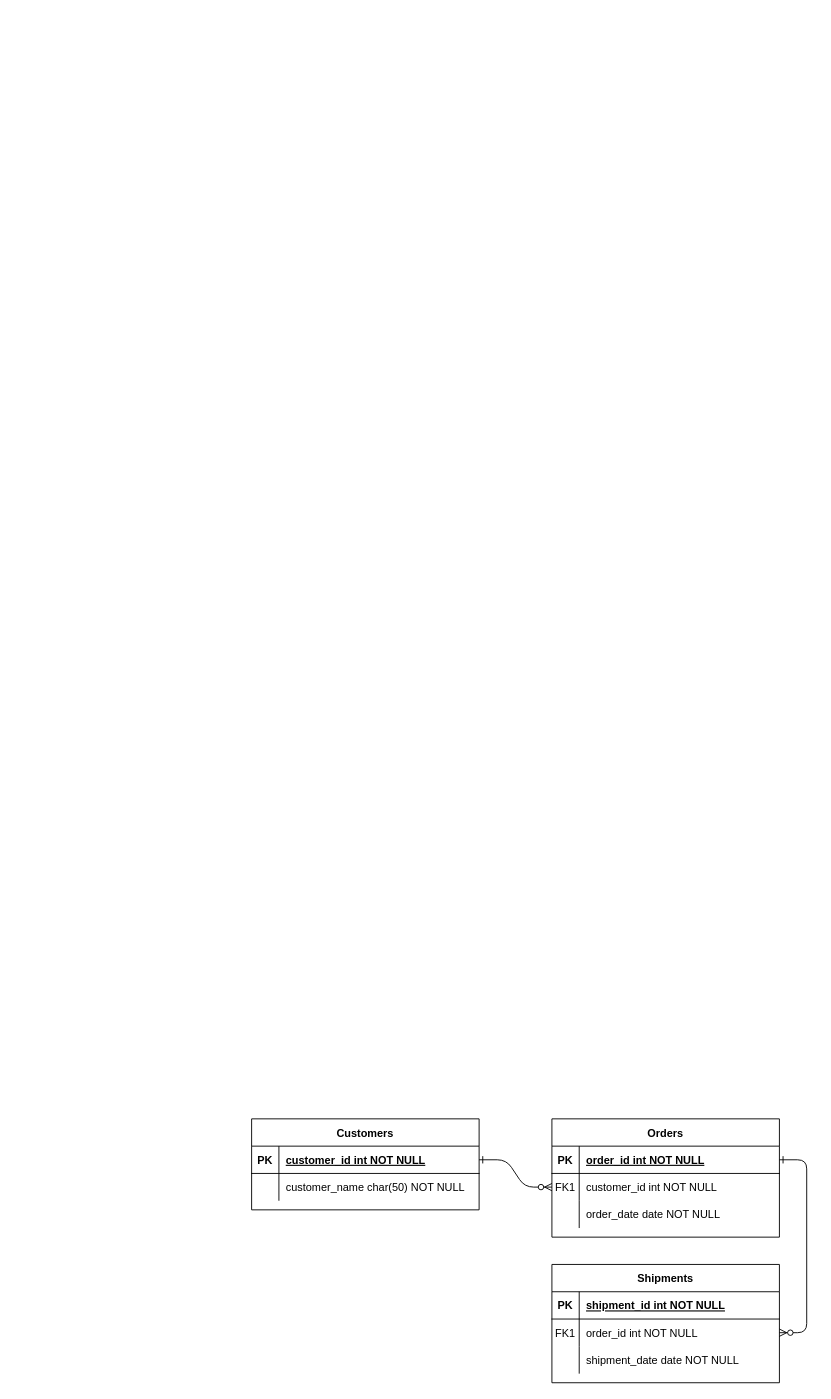
Earlier version of the draw.io diagram Diagramma senza titolo.drawio (LuigiPuca/SWBD). Source tidied: cells renumbered, new cells numbered last; positions are measured from the earlier drawing's top-left corner, leaving out a move shared by most shapes. Both pictures are drawn from the tidied source at 91%, with x=0, y=0 at pixel (251, 1118).
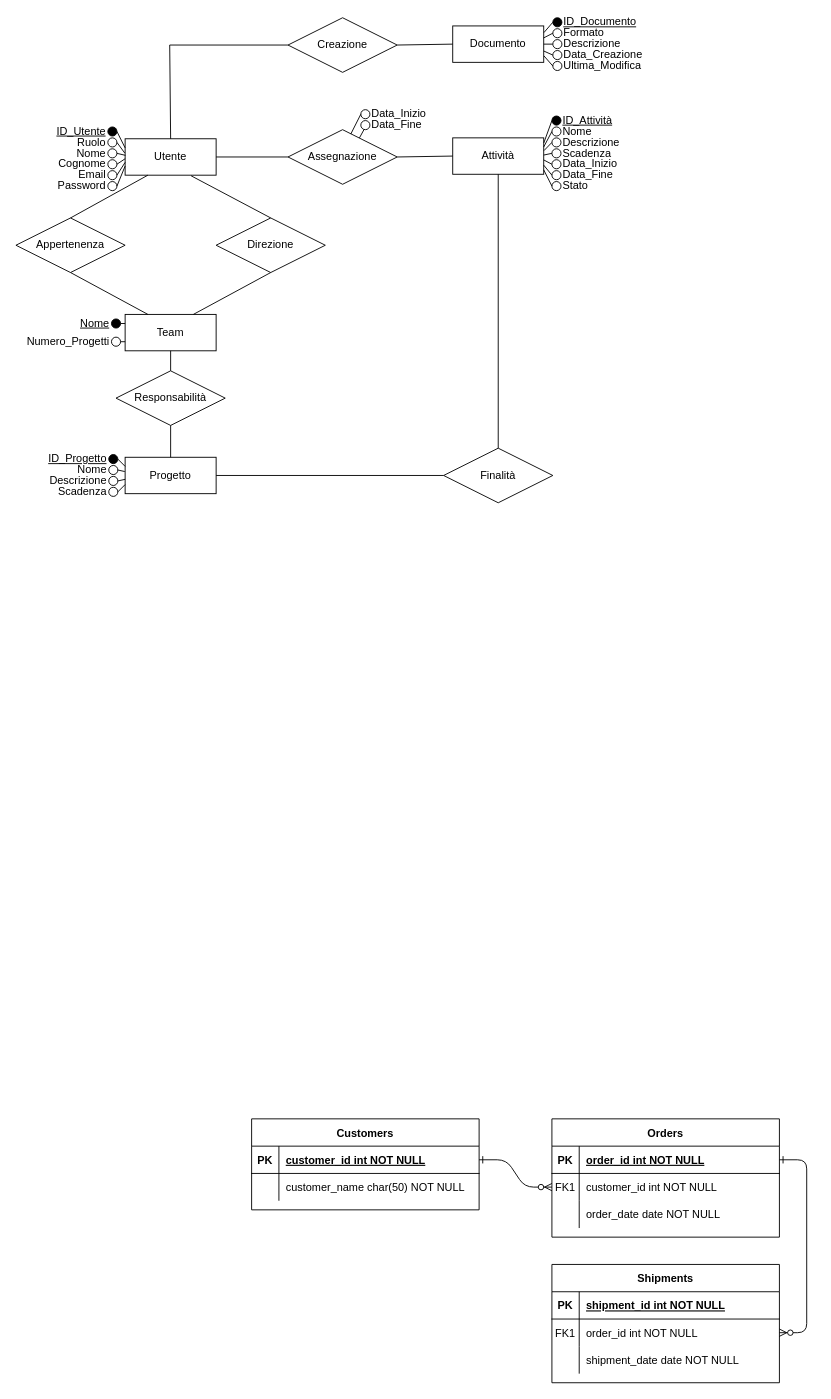
The same diagram, later.

Change to the diagram source:
```diff
@@
+    <mxCell id="31" value="Utente" style="whiteSpace=wrap;html=1;align=center;" parent="1" vertex="1">
+      <mxGeometry x="-139" y="-1077" width="100" height="40" as="geometry" />
+    </mxCell>
+    <mxCell id="32" value="Ruolo" style="ellipse;whiteSpace=wrap;html=1;align=right;labelPosition=left;verticalLabelPosition=middle;verticalAlign=middle;fillColor=#FFFFFF;strokeColor=default;fillStyle=auto;gradientColor=none;" parent="1" vertex="1">
+      <mxGeometry x="-158" y="-1078" width="10" height="10" as="geometry" />
+    </mxCell>
+    <mxCell id="33" value="Password" style="ellipse;whiteSpace=wrap;html=1;align=right;labelPosition=left;verticalLabelPosition=middle;verticalAlign=middle;fillColor=#FFFFFF;strokeColor=default;fillStyle=auto;gradientColor=none;" parent="1" vertex="1">
+      <mxGeometry x="-158" y="-1030" width="10" height="10" as="geometry" />
+    </mxCell>
+    <mxCell id="34" value="Email" style="ellipse;whiteSpace=wrap;html=1;align=right;labelPosition=left;verticalLabelPosition=middle;verticalAlign=middle;fillColor=#FFFFFF;strokeColor=default;fillStyle=auto;gradientColor=none;" parent="1" vertex="1">
+      <mxGeometry x="-158" y="-1042" width="10" height="10" as="geometry" />
+    </mxCell>
+    <mxCell id="35" value="Cognome" style="ellipse;whiteSpace=wrap;html=1;align=right;labelPosition=left;verticalLabelPosition=middle;verticalAlign=middle;fillColor=#FFFFFF;strokeColor=default;fillStyle=auto;gradientColor=none;" parent="1" vertex="1">
+      <mxGeometry x="-158" y="-1054" width="10" height="10" as="geometry" />
+    </mxCell>
+    <mxCell id="36" value="Nome" style="ellipse;whiteSpace=wrap;html=1;align=right;labelPosition=left;verticalLabelPosition=middle;verticalAlign=middle;fillColor=#FFFFFF;strokeColor=default;fillStyle=auto;gradientColor=none;" parent="1" vertex="1">
+      <mxGeometry x="-158" y="-1066" width="10" height="10" as="geometry" />
+    </mxCell>
+    <mxCell id="37" value="ID_Utente" style="ellipse;whiteSpace=wrap;html=1;align=right;fontStyle=4;labelBackgroundColor=none;labelPosition=left;verticalLabelPosition=middle;verticalAlign=middle;fillColor=#000000;" parent="1" vertex="1">
+      <mxGeometry x="-158" y="-1090" width="10" height="10" as="geometry" />
+    </mxCell>
+    <mxCell id="38" style="endArrow=none;html=1;rounded=0;entryX=0;entryY=0.25;entryDx=0;entryDy=0;exitX=1;exitY=0.5;exitDx=0;exitDy=0;" parent="1" edge="1" source="37" target="31">
+      <mxGeometry relative="1" as="geometry" />
+    </mxCell>
+    <mxCell id="39" style="endArrow=none;html=1;rounded=0;entryX=1;entryY=0.5;entryDx=0;entryDy=0;exitX=-0.004;exitY=0.392;exitDx=0;exitDy=0;exitPerimeter=0;" parent="1" edge="1" source="31" target="32">
+      <mxGeometry relative="1" as="geometry" />
+    </mxCell>
+    <mxCell id="40" style="endArrow=none;html=1;rounded=0;entryX=1;entryY=0.5;entryDx=0;entryDy=0;exitX=0.003;exitY=0.455;exitDx=0;exitDy=0;exitPerimeter=0;" parent="1" edge="1" source="31" target="36">
+      <mxGeometry relative="1" as="geometry" />
+    </mxCell>
+    <mxCell id="41" style="endArrow=none;html=1;rounded=0;entryX=1;entryY=0.5;entryDx=0;entryDy=0;exitX=0;exitY=0.548;exitDx=0;exitDy=0;exitPerimeter=0;" parent="1" edge="1" source="31" target="35">
+      <mxGeometry relative="1" as="geometry" />
+    </mxCell>
+    <mxCell id="42" style="endArrow=none;html=1;rounded=0;entryX=1;entryY=0.5;entryDx=0;entryDy=0;exitX=0;exitY=0.648;exitDx=0;exitDy=0;exitPerimeter=0;" parent="1" edge="1" source="31" target="34">
+      <mxGeometry relative="1" as="geometry" />
+    </mxCell>
+    <mxCell id="43" style="endArrow=none;html=1;rounded=0;entryX=1;entryY=0.5;entryDx=0;entryDy=0;exitX=0;exitY=0.75;exitDx=0;exitDy=0;" parent="1" edge="1" source="31" target="33">
+      <mxGeometry relative="1" as="geometry" />
+    </mxCell>
+    <mxCell id="44" value="Progetto" style="whiteSpace=wrap;html=1;align=center;" parent="1" vertex="1">
+      <mxGeometry x="-139" y="-727" width="100" height="40" as="geometry" />
+    </mxCell>
+    <mxCell id="45" value="Nome" style="ellipse;whiteSpace=wrap;html=1;align=right;labelPosition=left;verticalLabelPosition=middle;verticalAlign=middle;fillColor=#FFFFFF;strokeColor=default;fillStyle=auto;gradientColor=none;" parent="1" vertex="1">
+      <mxGeometry x="-157" y="-718" width="10" height="10" as="geometry" />
+    </mxCell>
+    <mxCell id="46" value="Scadenza" style="ellipse;whiteSpace=wrap;html=1;align=right;labelPosition=left;verticalLabelPosition=middle;verticalAlign=middle;fillColor=#FFFFFF;strokeColor=default;fillStyle=auto;gradientColor=none;" parent="1" vertex="1">
+      <mxGeometry x="-157" y="-694" width="10" height="10" as="geometry" />
+    </mxCell>
+    <mxCell id="47" value="Descrizione" style="ellipse;whiteSpace=wrap;html=1;align=right;labelPosition=left;verticalLabelPosition=middle;verticalAlign=middle;fillColor=#FFFFFF;strokeColor=default;fillStyle=auto;gradientColor=none;" parent="1" vertex="1">
+      <mxGeometry x="-157" y="-706" width="10" height="10" as="geometry" />
+    </mxCell>
+    <mxCell id="48" value="ID_Progetto" style="ellipse;whiteSpace=wrap;html=1;align=right;fontStyle=4;labelBackgroundColor=none;labelPosition=left;verticalLabelPosition=middle;verticalAlign=middle;fillColor=#000000;" parent="1" vertex="1">
+      <mxGeometry x="-157" y="-730" width="10" height="10" as="geometry" />
+    </mxCell>
+    <mxCell id="49" style="endArrow=none;html=1;rounded=0;entryX=0;entryY=0.25;entryDx=0;entryDy=0;exitX=1;exitY=0.5;exitDx=0;exitDy=0;" parent="1" edge="1" source="48" target="44">
+      <mxGeometry relative="1" as="geometry" />
+    </mxCell>
+    <mxCell id="50" style="endArrow=none;html=1;rounded=0;entryX=1;entryY=0.5;entryDx=0;entryDy=0;exitX=-0.004;exitY=0.392;exitDx=0;exitDy=0;exitPerimeter=0;" parent="1" edge="1" source="44" target="45">
+      <mxGeometry relative="1" as="geometry" />
+    </mxCell>
+    <mxCell id="51" style="endArrow=none;html=1;rounded=0;entryX=1;entryY=0.5;entryDx=0;entryDy=0;exitX=0;exitY=0.606;exitDx=0;exitDy=0;exitPerimeter=0;" parent="1" edge="1" source="44" target="47">
+      <mxGeometry relative="1" as="geometry" />
+    </mxCell>
+    <mxCell id="52" style="endArrow=none;html=1;rounded=0;entryX=1;entryY=0.5;entryDx=0;entryDy=0;exitX=0;exitY=0.75;exitDx=0;exitDy=0;" parent="1" edge="1" source="44" target="46">
+      <mxGeometry relative="1" as="geometry" />
+    </mxCell>
+    <mxCell id="53" value="Attività" style="whiteSpace=wrap;html=1;align=center;flipH=0;flipV=0;" parent="1" vertex="1">
+      <mxGeometry x="221" y="-1078" width="100" height="40" as="geometry" />
+    </mxCell>
+    <mxCell id="54" value="Nome" style="ellipse;whiteSpace=wrap;html=1;align=left;labelPosition=right;verticalLabelPosition=middle;verticalAlign=middle;fillColor=#FFFFFF;strokeColor=default;fillStyle=auto;gradientColor=none;" parent="1" vertex="1">
+      <mxGeometry x="330" y="-1090" width="10" height="10" as="geometry" />
+    </mxCell>
+    <mxCell id="55" value="Stato" style="ellipse;whiteSpace=wrap;html=1;align=left;labelPosition=right;verticalLabelPosition=middle;verticalAlign=middle;fillColor=#FFFFFF;strokeColor=default;fillStyle=auto;gradientColor=none;" parent="1" vertex="1">
+      <mxGeometry x="330" y="-1030" width="10" height="10" as="geometry" />
+    </mxCell>
+    <mxCell id="56" value="Scadenza" style="ellipse;whiteSpace=wrap;html=1;align=left;labelPosition=right;verticalLabelPosition=middle;verticalAlign=middle;fillColor=#FFFFFF;strokeColor=default;fillStyle=auto;gradientColor=none;" parent="1" vertex="1">
+      <mxGeometry x="330" y="-1066" width="10" height="10" as="geometry" />
+    </mxCell>
+    <mxCell id="57" value="Descrizione" style="ellipse;whiteSpace=wrap;html=1;align=left;labelPosition=right;verticalLabelPosition=middle;verticalAlign=middle;fillColor=#FFFFFF;strokeColor=default;fillStyle=auto;gradientColor=none;" parent="1" vertex="1">
+      <mxGeometry x="330" y="-1078" width="10" height="10" as="geometry" />
+    </mxCell>
+    <mxCell id="58" value="ID_Attività" style="ellipse;whiteSpace=wrap;html=1;align=left;fontStyle=4;labelBackgroundColor=none;labelPosition=right;verticalLabelPosition=middle;verticalAlign=middle;fillColor=#000000;" parent="1" vertex="1">
+      <mxGeometry x="330" y="-1102" width="10" height="10" as="geometry" />
+    </mxCell>
+    <mxCell id="59" style="endArrow=none;html=1;rounded=0;entryX=1.001;entryY=0.138;entryDx=0;entryDy=0;exitX=0;exitY=0.5;exitDx=0;exitDy=0;entryPerimeter=0;" parent="1" edge="1" source="58" target="53">
+      <mxGeometry relative="1" as="geometry" />
+    </mxCell>
+    <mxCell id="60" style="endArrow=none;html=1;rounded=0;entryX=0;entryY=0.5;entryDx=0;entryDy=0;exitX=1;exitY=0.25;exitDx=0;exitDy=0;" parent="1" edge="1" source="53" target="54">
+      <mxGeometry relative="1" as="geometry" />
+    </mxCell>
+    <mxCell id="61" style="endArrow=none;html=1;rounded=0;entryX=0;entryY=0.5;entryDx=0;entryDy=0;exitX=1.003;exitY=0.35;exitDx=0;exitDy=0;exitPerimeter=0;" parent="1" edge="1" source="53" target="57">
+      <mxGeometry relative="1" as="geometry" />
+    </mxCell>
+    <mxCell id="62" style="endArrow=none;html=1;rounded=0;exitX=1.001;exitY=0.472;exitDx=0;exitDy=0;exitPerimeter=0;entryX=0;entryY=0.5;entryDx=0;entryDy=0;" parent="1" edge="1" source="53" target="56">
+      <mxGeometry relative="1" as="geometry" />
+    </mxCell>
+    <mxCell id="63" style="endArrow=none;html=1;rounded=0;exitX=1;exitY=0.879;exitDx=0;exitDy=0;exitPerimeter=0;entryX=0;entryY=0.5;entryDx=0;entryDy=0;" parent="1" edge="1" source="53" target="55">
+      <mxGeometry relative="1" as="geometry" />
+    </mxCell>
+    <mxCell id="64" value="Team" style="whiteSpace=wrap;html=1;align=center;" parent="1" vertex="1">
+      <mxGeometry x="-139" y="-884" width="100" height="40" as="geometry" />
+    </mxCell>
+    <mxCell id="65" value="Numero_Progetti" style="ellipse;whiteSpace=wrap;html=1;align=right;labelPosition=left;verticalLabelPosition=middle;verticalAlign=middle;fillColor=#FFFFFF;strokeColor=default;fillStyle=auto;gradientColor=none;" parent="1" vertex="1">
+      <mxGeometry x="-154" y="-859" width="10" height="10" as="geometry" />
+    </mxCell>
+    <mxCell id="66" value="Nome" style="ellipse;whiteSpace=wrap;html=1;align=right;fontStyle=4;labelBackgroundColor=none;labelPosition=left;verticalLabelPosition=middle;verticalAlign=middle;fillColor=#000000;" parent="1" vertex="1">
+      <mxGeometry x="-154" y="-879" width="10" height="10" as="geometry" />
+    </mxCell>
+    <mxCell id="67" style="endArrow=none;html=1;rounded=0;entryX=0;entryY=0.25;entryDx=0;entryDy=0;exitX=1;exitY=0.5;exitDx=0;exitDy=0;" parent="1" edge="1" source="66" target="64">
+      <mxGeometry relative="1" as="geometry" />
+    </mxCell>
+    <mxCell id="68" style="endArrow=none;html=1;rounded=0;entryX=1;entryY=0.5;entryDx=0;entryDy=0;exitX=0;exitY=0.75;exitDx=0;exitDy=0;" parent="1" edge="1" source="64" target="65">
+      <mxGeometry relative="1" as="geometry" />
+    </mxCell>
+    <mxCell id="69" value="Documento" style="whiteSpace=wrap;html=1;align=center;" parent="1" vertex="1">
+      <mxGeometry x="221" y="-1201" width="100" height="40" as="geometry" />
+    </mxCell>
+    <mxCell id="70" value="Appertenenza" style="shape=rhombus;perimeter=rhombusPerimeter;whiteSpace=wrap;html=1;align=center;" parent="1" vertex="1">
+      <mxGeometry x="-259" y="-990" width="120" height="60" as="geometry" />
+    </mxCell>
+    <mxCell id="71" value="Finalità" style="shape=rhombus;perimeter=rhombusPerimeter;whiteSpace=wrap;html=1;align=center;" parent="1" vertex="1">
+      <mxGeometry x="211" y="-737" width="120" height="60" as="geometry" />
+    </mxCell>
+    <mxCell id="72" value="Data_Inizio" style="ellipse;whiteSpace=wrap;html=1;align=left;labelPosition=right;verticalLabelPosition=middle;verticalAlign=middle;fillColor=#FFFFFF;strokeColor=default;fillStyle=auto;gradientColor=none;" parent="1" vertex="1">
+      <mxGeometry x="330" y="-1054" width="10" height="10" as="geometry" />
+    </mxCell>
+    <mxCell id="73" value="Data_Fine" style="ellipse;whiteSpace=wrap;html=1;align=left;labelPosition=right;verticalLabelPosition=middle;verticalAlign=middle;fillColor=#FFFFFF;strokeColor=default;fillStyle=auto;gradientColor=none;" parent="1" vertex="1">
+      <mxGeometry x="330" y="-1042" width="10" height="10" as="geometry" />
+    </mxCell>
+    <mxCell id="74" style="endArrow=none;html=1;rounded=0;exitX=1;exitY=0.606;exitDx=0;exitDy=0;exitPerimeter=0;entryX=0;entryY=0.5;entryDx=0;entryDy=0;" parent="1" edge="1" source="53" target="72">
+      <mxGeometry relative="1" as="geometry" />
+    </mxCell>
+    <mxCell id="75" style="endArrow=none;html=1;rounded=0;entryX=0;entryY=0.5;entryDx=0;entryDy=0;exitX=1;exitY=0.75;exitDx=0;exitDy=0;" parent="1" edge="1" source="53" target="73">
+      <mxGeometry relative="1" as="geometry" />
+    </mxCell>
+    <mxCell id="76" value="Responsabilità" style="shape=rhombus;perimeter=rhombusPerimeter;whiteSpace=wrap;html=1;align=center;" parent="1" vertex="1">
+      <mxGeometry x="-149" y="-822" width="120" height="60" as="geometry" />
+    </mxCell>
+    <mxCell id="77" style="endArrow=none;html=1;rounded=0;entryX=0.5;entryY=1;entryDx=0;entryDy=0;exitX=0.5;exitY=0;exitDx=0;exitDy=0;" parent="1" edge="1" source="76" target="64">
+      <mxGeometry relative="1" as="geometry" />
+    </mxCell>
+    <mxCell id="78" style="endArrow=none;html=1;rounded=0;entryX=0.5;entryY=1;entryDx=0;entryDy=0;exitX=0.5;exitY=0;exitDx=0;exitDy=0;" parent="1" edge="1" source="44" target="76">
+      <mxGeometry relative="1" as="geometry" />
+    </mxCell>
+    <mxCell id="79" value="Direzione" style="shape=rhombus;perimeter=rhombusPerimeter;whiteSpace=wrap;html=1;align=center;" parent="1" vertex="1">
+      <mxGeometry x="-39" y="-990" width="120" height="60" as="geometry" />
+    </mxCell>
+    <mxCell id="80" style="endArrow=none;html=1;rounded=0;entryX=0.25;entryY=1;entryDx=0;entryDy=0;exitX=0.5;exitY=0;exitDx=0;exitDy=0;" parent="1" edge="1" source="70" target="31">
+      <mxGeometry relative="1" as="geometry" />
+    </mxCell>
+    <mxCell id="81" style="endArrow=none;html=1;rounded=0;entryX=0.725;entryY=1.017;entryDx=0;entryDy=0;exitX=0.5;exitY=0;exitDx=0;exitDy=0;entryPerimeter=0;" parent="1" edge="1" source="79" target="31">
+      <mxGeometry relative="1" as="geometry" />
+    </mxCell>
+    <mxCell id="82" style="endArrow=none;html=1;rounded=0;entryX=0.5;entryY=1;entryDx=0;entryDy=0;exitX=0.25;exitY=0;exitDx=0;exitDy=0;" parent="1" edge="1" source="64" target="70">
+      <mxGeometry relative="1" as="geometry" />
+    </mxCell>
+    <mxCell id="83" style="endArrow=none;html=1;rounded=0;entryX=0.5;entryY=1;entryDx=0;entryDy=0;exitX=0.75;exitY=0;exitDx=0;exitDy=0;" parent="1" edge="1" source="64" target="79">
+      <mxGeometry relative="1" as="geometry" />
+    </mxCell>
+    <mxCell id="84" value="Assegnazione" style="shape=rhombus;perimeter=rhombusPerimeter;whiteSpace=wrap;html=1;align=center;" parent="1" vertex="1">
+      <mxGeometry x="40" y="-1087" width="120" height="60" as="geometry" />
+    </mxCell>
+    <mxCell id="85" style="endArrow=none;html=1;rounded=0;entryX=0;entryY=0.5;entryDx=0;entryDy=0;exitX=1;exitY=0.5;exitDx=0;exitDy=0;" parent="1" edge="1" source="31" target="84">
+      <mxGeometry relative="1" as="geometry" />
+    </mxCell>
+    <mxCell id="86" style="endArrow=none;html=1;rounded=0;entryX=0;entryY=0.5;entryDx=0;entryDy=0;exitX=1;exitY=0.5;exitDx=0;exitDy=0;" parent="1" edge="1" source="84" target="53">
+      <mxGeometry relative="1" as="geometry" />
+    </mxCell>
+    <mxCell id="87" style="endArrow=none;html=1;rounded=0;entryX=0.5;entryY=1;entryDx=0;entryDy=0;exitX=0.5;exitY=0;exitDx=0;exitDy=0;" parent="1" edge="1" source="71" target="53">
+      <mxGeometry relative="1" as="geometry" />
+    </mxCell>
+    <mxCell id="88" style="endArrow=none;html=1;rounded=0;entryX=0;entryY=0.5;entryDx=0;entryDy=0;exitX=1;exitY=0.5;exitDx=0;exitDy=0;" parent="1" edge="1" source="44" target="71">
+      <mxGeometry relative="1" as="geometry" />
+    </mxCell>
+    <mxCell id="89" value="Data_Inizio" style="ellipse;whiteSpace=wrap;html=1;align=left;labelPosition=right;verticalLabelPosition=middle;verticalAlign=middle;fillColor=#FFFFFF;strokeColor=default;fillStyle=auto;gradientColor=none;" parent="1" vertex="1">
+      <mxGeometry x="120" y="-1109" width="10" height="10" as="geometry" />
+    </mxCell>
+    <mxCell id="90" value="Data_Fine" style="ellipse;whiteSpace=wrap;html=1;align=left;labelPosition=right;verticalLabelPosition=middle;verticalAlign=middle;fillColor=#FFFFFF;strokeColor=default;fillStyle=auto;gradientColor=none;" parent="1" vertex="1">
+      <mxGeometry x="120" y="-1097" width="10" height="10" as="geometry" />
+    </mxCell>
+    <mxCell id="91" style="endArrow=none;html=1;rounded=0;entryX=0;entryY=0.5;entryDx=0;entryDy=0;exitX=0.575;exitY=0.08;exitDx=0;exitDy=0;exitPerimeter=0;" parent="1" edge="1" source="84" target="89">
+      <mxGeometry relative="1" as="geometry" />
+    </mxCell>
+    <mxCell id="92" style="endArrow=none;html=1;rounded=0;exitX=0.654;exitY=0.151;exitDx=0;exitDy=0;exitPerimeter=0;entryX=0.371;entryY=0.954;entryDx=0;entryDy=0;entryPerimeter=0;" parent="1" edge="1" source="84" target="90">
+      <mxGeometry relative="1" as="geometry" />
+    </mxCell>
+    <mxCell id="93" value="Creazione" style="shape=rhombus;perimeter=rhombusPerimeter;whiteSpace=wrap;html=1;align=center;" parent="1" vertex="1">
+      <mxGeometry x="40" y="-1210" width="120" height="60" as="geometry" />
+    </mxCell>
+    <mxCell id="94" style="endArrow=none;html=1;rounded=0;entryX=0;entryY=0.5;entryDx=0;entryDy=0;exitX=0.5;exitY=0;exitDx=0;exitDy=0;" parent="1" edge="1" source="31" target="93">
+      <mxGeometry relative="1" as="geometry">
+        <Array as="points">
+          <mxPoint x="-90" y="-1180" />
+        </Array>
+      </mxGeometry>
+    </mxCell>
+    <mxCell id="95" value="Formato" style="ellipse;whiteSpace=wrap;html=1;align=left;labelPosition=right;verticalLabelPosition=middle;verticalAlign=middle;fillColor=#FFFFFF;strokeColor=default;fillStyle=auto;gradientColor=none;" parent="1" vertex="1">
+      <mxGeometry x="331" y="-1198" width="10" height="10" as="geometry" />
+    </mxCell>
+    <mxCell id="96" value="Ultima_Modifica" style="ellipse;whiteSpace=wrap;html=1;align=left;labelPosition=right;verticalLabelPosition=middle;verticalAlign=middle;fillColor=#FFFFFF;strokeColor=default;fillStyle=auto;gradientColor=none;" parent="1" vertex="1">
+      <mxGeometry x="331" y="-1162" width="10" height="10" as="geometry" />
+    </mxCell>
+    <mxCell id="97" value="Data_Creazione" style="ellipse;whiteSpace=wrap;html=1;align=left;labelPosition=right;verticalLabelPosition=middle;verticalAlign=middle;fillColor=#FFFFFF;strokeColor=default;fillStyle=auto;gradientColor=none;" parent="1" vertex="1">
+      <mxGeometry x="331" y="-1174" width="10" height="10" as="geometry" />
+    </mxCell>
+    <mxCell id="98" value="Descrizione" style="ellipse;whiteSpace=wrap;html=1;align=left;labelPosition=right;verticalLabelPosition=middle;verticalAlign=middle;fillColor=#FFFFFF;strokeColor=default;fillStyle=auto;gradientColor=none;" parent="1" vertex="1">
+      <mxGeometry x="331" y="-1186" width="10" height="10" as="geometry" />
+    </mxCell>
+    <mxCell id="99" value="ID_Documento" style="ellipse;whiteSpace=wrap;html=1;align=left;fontStyle=4;labelBackgroundColor=none;labelPosition=right;verticalLabelPosition=middle;verticalAlign=middle;fillColor=#000000;" parent="1" vertex="1">
+      <mxGeometry x="331" y="-1210" width="10" height="10" as="geometry" />
+    </mxCell>
+    <mxCell id="100" style="endArrow=none;html=1;rounded=0;entryX=1.002;entryY=0.183;entryDx=0;entryDy=0;exitX=0;exitY=0.5;exitDx=0;exitDy=0;entryPerimeter=0;" parent="1" edge="1" source="99" target="69">
+      <mxGeometry relative="1" as="geometry" />
+    </mxCell>
+    <mxCell id="101" style="endArrow=none;html=1;rounded=0;exitX=0;exitY=0.5;exitDx=0;exitDy=0;entryX=0.997;entryY=0.332;entryDx=0;entryDy=0;entryPerimeter=0;" parent="1" edge="1" source="95" target="69">
+      <mxGeometry relative="1" as="geometry" />
+    </mxCell>
+    <mxCell id="102" style="endArrow=none;html=1;rounded=0;entryX=1;entryY=0.5;entryDx=0;entryDy=0;exitX=0;exitY=0.5;exitDx=0;exitDy=0;" parent="1" edge="1" source="98" target="69">
+      <mxGeometry relative="1" as="geometry" />
+    </mxCell>
+    <mxCell id="103" style="endArrow=none;html=1;rounded=0;entryX=0;entryY=0.5;entryDx=0;entryDy=0;exitX=1.003;exitY=0.824;exitDx=0;exitDy=0;exitPerimeter=0;" parent="1" edge="1" source="69" target="96">
+      <mxGeometry relative="1" as="geometry" />
+    </mxCell>
+    <mxCell id="104" style="endArrow=none;html=1;rounded=0;entryX=1;entryY=0.689;entryDx=0;entryDy=0;exitX=0;exitY=0.5;exitDx=0;exitDy=0;entryPerimeter=0;" parent="1" edge="1" source="97" target="69">
+      <mxGeometry relative="1" as="geometry" />
+    </mxCell>
+    <mxCell id="105" style="endArrow=none;html=1;rounded=0;entryX=0;entryY=0.5;entryDx=0;entryDy=0;exitX=1;exitY=0.5;exitDx=0;exitDy=0;" parent="1" edge="1" source="93" target="69">
+      <mxGeometry relative="1" as="geometry" />
+    </mxCell>
```
